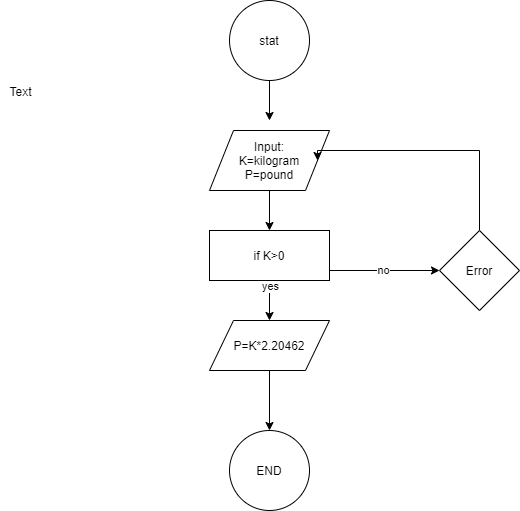
Above: Untitled Diagram.png in masoud08/DIYAGRAM (draw.io), before the change. Source tidied: cells renumbered, new cells last; positions are measured from the earlier drawing's top-left corner, leaving out a move shared by most shapes.
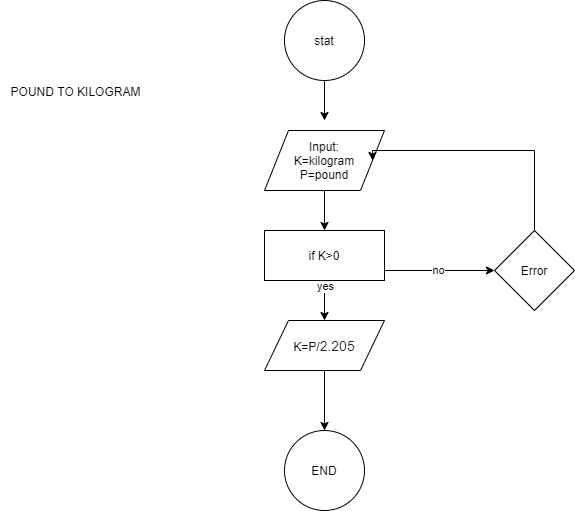
The same diagram one commit later.

Commit message:
POUND TO KILOGRAM

Diff of the diagram source:
```diff
@@ -47,7 +47,7 @@
     <mxCell id="11" value="Error" style="rhombus;whiteSpace=wrap;html=1;" parent="1" vertex="1">
       <mxGeometry x="439" y="230" width="80" height="80" as="geometry" />
     </mxCell>
-    <mxCell id="12" value="P=K*2.20462" style="shape=parallelogram;perimeter=parallelogramPerimeter;whiteSpace=wrap;html=1;" parent="1" vertex="1">
+    <mxCell id="12" value="K=P/&lt;span style=&quot;color: rgb(34 , 34 , 34) ; font-family: &amp;#34;arial&amp;#34; , sans-serif ; font-size: 14px ; text-align: left ; background-color: rgb(255 , 255 , 255)&quot;&gt;2.205&lt;/span&gt;" style="shape=parallelogram;perimeter=parallelogramPerimeter;whiteSpace=wrap;html=1;" parent="1" vertex="1">
       <mxGeometry x="209" y="320" width="120" height="50" as="geometry" />
     </mxCell>
     <mxCell id="13" style="endArrow=classic;html=1;exitX=0.5;exitY=1;exitDx=0;exitDy=0;" parent="1" edge="1" source="12">
@@ -58,8 +58,8 @@
     <mxCell id="14" value="END" style="ellipse;whiteSpace=wrap;html=1;" parent="1" vertex="1">
       <mxGeometry x="229" y="430" width="80" height="80" as="geometry" />
     </mxCell>
-    <mxCell id="15" value="Text" style="text;html=1;align=center;verticalAlign=middle;" parent="1" vertex="1">
-      <mxGeometry y="81" width="40" height="20" as="geometry" />
+    <mxCell id="15" value="POUND TO KILOGRAM" style="text;html=1;align=center;verticalAlign=middle;" parent="1" vertex="1">
+      <mxGeometry x="-55" y="81" width="150" height="20" as="geometry" />
     </mxCell>
   </root>
 </mxGraphModel>
```
